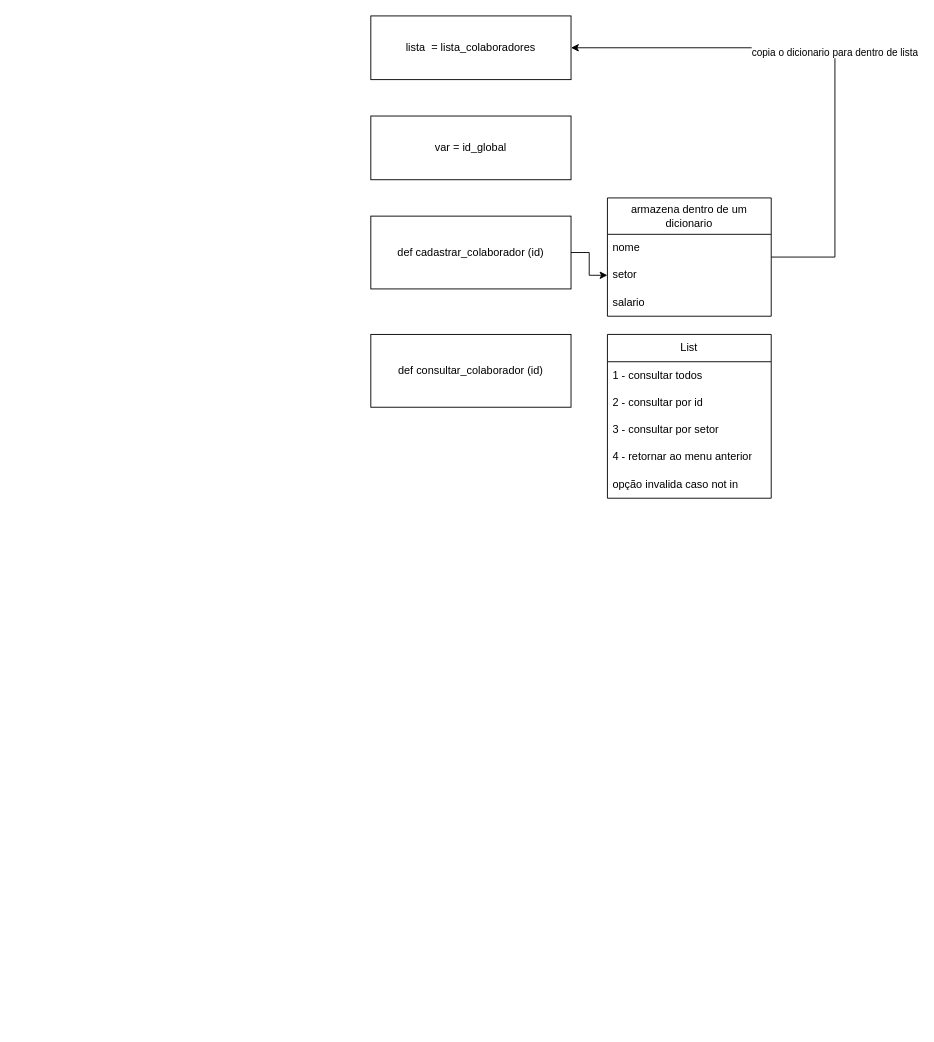
Above: Untitled Diagram.drawio in leongraff/projetos-facul (draw.io), before the change. Source tidied: cells renumbered, new cells numbered last; positions are measured from the earlier drawing's top-left corner, leaving out a move shared by most shapes. Both pictures are drawn from the tidied source at 91%, with x=0, y=0 at pixel (370, 15).
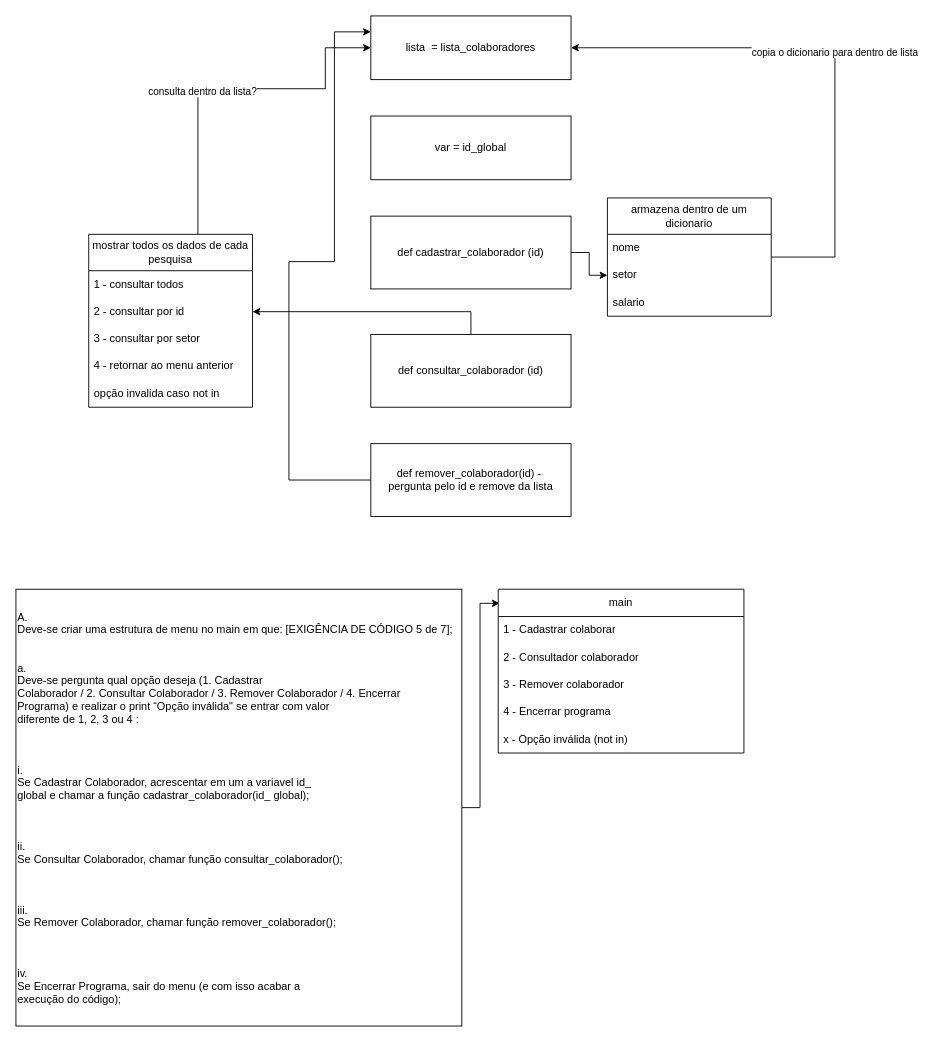
Above is the later version.

Commit message:
diagrama finalizado quest 4

The change refers to these unchanged cells:
```xml
<mxCell id="2" value="lista&amp;nbsp; = lista_colaboradores" style="rounded=0;whiteSpace=wrap;html=1;" parent="1" vertex="1">
  <mxGeometry width="220" height="70" as="geometry" />
</mxCell>
<mxCell id="11" value="def consultar_colaborador (id)" style="rounded=0;whiteSpace=wrap;html=1;" parent="1" vertex="1">
  <mxGeometry y="350" width="220" height="80" as="geometry" />
</mxCell>
```

Diff of the diagram source:
```diff
@@
+    <mxCell id="18" style="edgeStyle=orthogonalEdgeStyle;rounded=0;jettySize=auto;html=1;" parent="1" edge="1" source="11" target="14">
+      <mxGeometry relative="1" as="geometry" />
+    </mxCell>
@@
+    <mxCell id="19" style="edgeStyle=orthogonalEdgeStyle;rounded=0;jettySize=auto;html=1;entryX=0;entryY=0.5;entryDx=0;entryDy=0;" parent="1" edge="1" source="12" target="2">
+      <mxGeometry relative="1" as="geometry">
+        <Array as="points">
+          <mxPoint x="-190" y="80" />
+          <mxPoint x="-50" y="80" />
+          <mxPoint x="-50" y="35" />
+        </Array>
+      </mxGeometry>
+    </mxCell>
+    <mxCell id="20" value="consulta dentro da lista?" style="edgeLabel;html=1;align=center;verticalAlign=middle;" parent="19" vertex="1">
+      <mxGeometry x="-0.17" y="-2" relative="1" as="geometry" />
+    </mxCell>
-    <mxCell id="12" value="List" style="swimlane;fontStyle=0;horizontal=1;startSize=30;whiteSpace=wrap;html=1;" parent="1" vertex="1">
-      <mxGeometry x="260" y="350" width="180" height="180" as="geometry" />
+    <mxCell id="12" value="mostrar todos os dados de cada pesquisa" style="swimlane;fontStyle=0;horizontal=1;startSize=40;whiteSpace=wrap;html=1;" parent="1" vertex="1">
+      <mxGeometry x="-310" y="240" width="180" height="190" as="geometry" />
     </mxCell>
     <mxCell id="13" value="1 - consultar todos" style="text;strokeColor=none;fillColor=none;align=left;verticalAlign=middle;spacingLeft=4;spacingRight=4;overflow=hidden;whiteSpace=wrap;html=1;" parent="12" vertex="1">
-      <mxGeometry y="30" width="180" height="30" as="geometry" />
+      <mxGeometry y="40" width="180" height="30" as="geometry" />
     </mxCell>
     <mxCell id="14" value="2 - consultar por id" style="text;strokeColor=none;fillColor=none;align=left;verticalAlign=middle;spacingLeft=4;spacingRight=4;overflow=hidden;points=[[0,0.5],[1,0.5]];portConstraint=eastwest;whiteSpace=wrap;html=1;" parent="12" vertex="1">
-      <mxGeometry y="60" width="180" height="30" as="geometry" />
+      <mxGeometry y="70" width="180" height="30" as="geometry" />
     </mxCell>
     <mxCell id="15" value="3 - consultar por setor" style="text;strokeColor=none;fillColor=none;align=left;verticalAlign=middle;spacingLeft=4;spacingRight=4;overflow=hidden;whiteSpace=wrap;html=1;" parent="12" vertex="1">
-      <mxGeometry y="90" width="180" height="30" as="geometry" />
+      <mxGeometry y="100" width="180" height="30" as="geometry" />
     </mxCell>
     <mxCell id="16" value="4 - retornar ao menu anterior" style="text;strokeColor=none;fillColor=none;align=left;verticalAlign=middle;spacingLeft=4;spacingRight=4;overflow=hidden;whiteSpace=wrap;html=1;" parent="12" vertex="1">
-      <mxGeometry y="120" width="180" height="30" as="geometry" />
+      <mxGeometry y="130" width="180" height="30" as="geometry" />
     </mxCell>
     <mxCell id="17" value="opção invalida caso not in" style="text;strokeColor=none;fillColor=none;align=left;verticalAlign=middle;spacingLeft=4;spacingRight=4;overflow=hidden;whiteSpace=wrap;html=1;" parent="12" vertex="1">
-      <mxGeometry y="150" width="180" height="30" as="geometry" />
+      <mxGeometry y="160" width="180" height="30" as="geometry" />
     </mxCell>
+    <mxCell id="21" style="edgeStyle=orthogonalEdgeStyle;rounded=0;jettySize=auto;html=1;entryX=0;entryY=0.25;entryDx=0;entryDy=0;" parent="1" edge="1" source="22" target="2">
+      <mxGeometry relative="1" as="geometry">
+        <Array as="points">
+          <mxPoint x="-90" y="510" />
+          <mxPoint x="-90" y="270" />
+          <mxPoint x="-40" y="270" />
+          <mxPoint x="-40" y="18" />
+        </Array>
+      </mxGeometry>
+    </mxCell>
+    <mxCell id="22" value="def remover_colaborador(id) -&amp;nbsp;&lt;br&gt;pergunta pelo id e remove da lista" style="rounded=0;whiteSpace=wrap;html=1;" parent="1" vertex="1">
+      <mxGeometry y="470" width="220" height="80" as="geometry" />
+    </mxCell>
+    <mxCell id="23" style="edgeStyle=orthogonalEdgeStyle;rounded=0;jettySize=auto;html=1;entryX=0.006;entryY=0.086;entryDx=0;entryDy=0;entryPerimeter=0;" parent="1" edge="1" source="24" target="25">
+      <mxGeometry relative="1" as="geometry" />
+    </mxCell>
+    <mxCell id="24" value="A.      &#10;Deve-se criar uma estrutura de menu no main em que: [EXIGÊNCIA DE CÓDIGO 5 de 7];&#10;&#10;&#10;a.    &#10;Deve-se pergunta qual opção deseja (1. Cadastrar&#10;Colaborador / 2. Consultar Colaborador / 3. Remover Colaborador / 4. Encerrar&#10;Programa) e realizar o print “Opção inválida&quot; se entrar com valor&#10;diferente de 1, 2, 3 ou 4 :&#10;&#10;&#10;                                                            &#10;i.     &#10;Se Cadastrar Colaborador, acrescentar em um a variavel id_&#10;global e chamar a função cadastrar_colaborador(id_ global);&#10;&#10;&#10;                                                          &#10;ii.     &#10;Se Consultar Colaborador, chamar função consultar_colaborador();&#10;&#10;&#10;                                                       &#10;iii.     &#10;Se Remover Colaborador, chamar função remover_colaborador();&#10;&#10;&#10;                                                       &#10;iv.     &#10;Se Encerrar Programa, sair do menu (e com isso acabar a&#10;execução do código);" style="rounded=0;align=left;textDirection=ltr;" parent="1" vertex="1">
+      <mxGeometry x="-390" y="630" width="490" height="480" as="geometry" />
+    </mxCell>
+    <mxCell id="25" value="main" style="swimlane;fontStyle=0;horizontal=1;startSize=30;whiteSpace=wrap;html=1;" parent="1" vertex="1">
+      <mxGeometry x="140" y="630" width="270" height="180" as="geometry" />
+    </mxCell>
+    <mxCell id="26" value="1 - Cadastrar colaborar" style="text;strokeColor=none;fillColor=none;align=left;verticalAlign=middle;spacingLeft=4;spacingRight=4;overflow=hidden;whiteSpace=wrap;html=1;" parent="25" vertex="1">
+      <mxGeometry y="30" width="270" height="30" as="geometry" />
+    </mxCell>
+    <mxCell id="27" value="2 - Consultador colaborador" style="text;strokeColor=none;fillColor=none;align=left;verticalAlign=middle;spacingLeft=4;spacingRight=4;overflow=hidden;whiteSpace=wrap;html=1;" parent="25" vertex="1">
+      <mxGeometry y="60" width="270" height="30" as="geometry" />
+    </mxCell>
+    <mxCell id="28" value="3 - Remover colaborador" style="text;strokeColor=none;fillColor=none;align=left;verticalAlign=middle;spacingLeft=4;spacingRight=4;overflow=hidden;whiteSpace=wrap;html=1;" parent="25" vertex="1">
+      <mxGeometry y="90" width="270" height="30" as="geometry" />
+    </mxCell>
+    <mxCell id="29" value="4 - Encerrar programa" style="text;strokeColor=none;fillColor=none;align=left;verticalAlign=middle;spacingLeft=4;spacingRight=4;overflow=hidden;whiteSpace=wrap;html=1;" parent="25" vertex="1">
+      <mxGeometry y="120" width="270" height="30" as="geometry" />
+    </mxCell>
+    <mxCell id="30" value="x - Opção inválida (not in)" style="text;strokeColor=none;fillColor=none;align=left;verticalAlign=middle;spacingLeft=4;spacingRight=4;overflow=hidden;whiteSpace=wrap;html=1;" parent="25" vertex="1">
+      <mxGeometry y="150" width="270" height="30" as="geometry" />
+    </mxCell>
```
